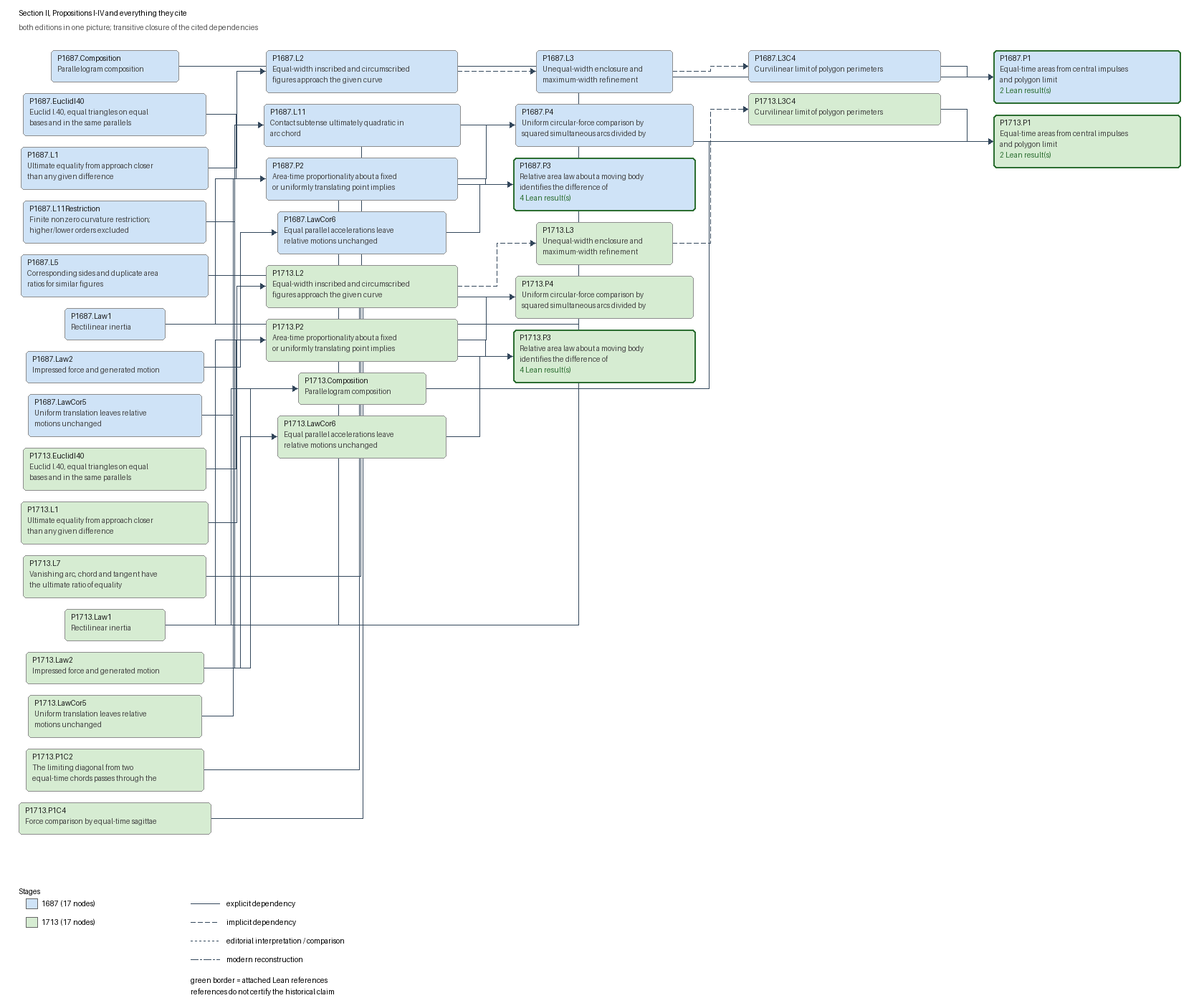
Above: docs/graphs/section-II.png in arivero/newtonlean (Graphviz), before the change. Its source is kept beside it as docs/graphs/section-II.dot.
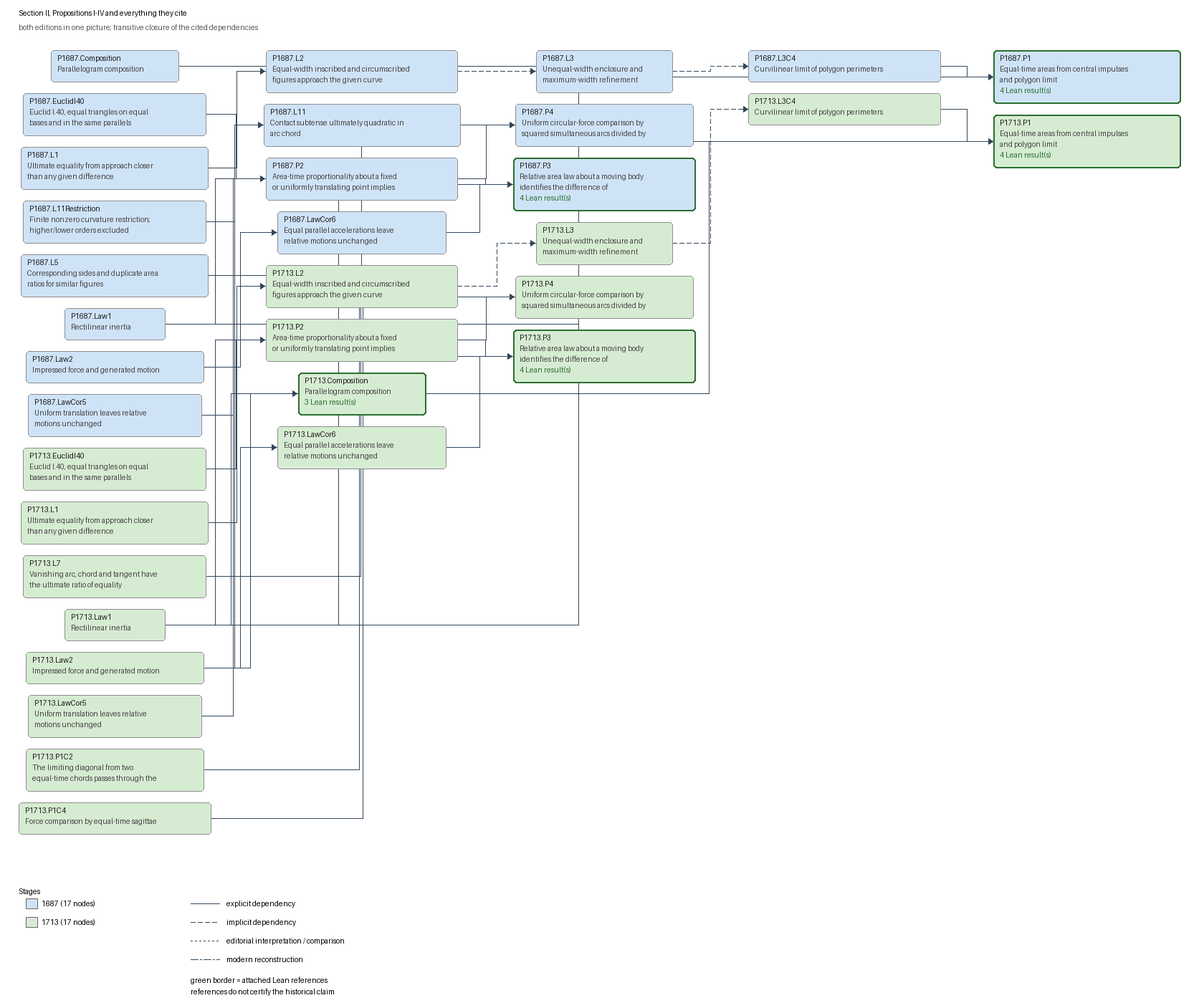
The same file after the commit.

The edit, as a diff of the source:
```diff
@@ -14,11 +14,11 @@
   "P1687.Law2" [label="P1687.Law2\nImpressed force and generated motion", fillcolor="#cfe3f7", color="#8d8d8d", penwidth=1];
   "P1687.LawCor5" [label="P1687.LawCor5\nUniform translation leaves relative\nmotions unchanged", fillcolor="#cfe3f7", color="#8d8d8d", penwidth=1];
   "P1687.LawCor6" [label="P1687.LawCor6\nEqual parallel accelerations leave\nrelative motions unchanged", fillcolor="#cfe3f7", color="#8d8d8d", penwidth=1];
-  "P1687.P1" [label="P1687.P1\nEqual-time areas from central impulses\nand polygon limit\n2 Lean result(s)", fillcolor="#cfe3f7", color="#2c6e31", penwidth=2];
+  "P1687.P1" [label="P1687.P1\nEqual-time areas from central impulses\nand polygon limit\n4 Lean result(s)", fillcolor="#cfe3f7", color="#2c6e31", penwidth=2];
   "P1687.P2" [label="P1687.P2\nArea-time proportionality about a fixed\nor uniformly translating point implies", fillcolor="#cfe3f7", color="#8d8d8d", penwidth=1];
   "P1687.P3" [label="P1687.P3\nRelative area law about a moving body\nidentifies the difference of\n4 Lean result(s)", fillcolor="#cfe3f7", color="#2c6e31", penwidth=2];
   "P1687.P4" [label="P1687.P4\nUniform circular-force comparison by\nsquared simultaneous arcs divided by", fillcolor="#cfe3f7", color="#8d8d8d", penwidth=1];
-  "P1713.Composition" [label="P1713.Composition\nParallelogram composition", fillcolor="#d6ecd2", color="#8d8d8d", penwidth=1];
+  "P1713.Composition" [label="P1713.Composition\nParallelogram composition\n3 Lean result(s)", fillcolor="#d6ecd2", color="#2c6e31", penwidth=2];
   "P1713.EuclidI40" [label="P1713.EuclidI40\nEuclid I.40, equal triangles on equal\nbases and in the same parallels", fillcolor="#d6ecd2", color="#8d8d8d", penwidth=1];
   "P1713.L1" [label="P1713.L1\nUltimate equality from approach closer\nthan any given difference", fillcolor="#d6ecd2", color="#8d8d8d", penwidth=1];
   "P1713.L2" [label="P1713.L2\nEqual-width inscribed and circumscribed\nfigures approach the given curve", fillcolor="#d6ecd2", color="#8d8d8d", penwidth=1];
@@ -29,7 +29,7 @@
   "P1713.Law2" [label="P1713.Law2\nImpressed force and generated motion", fillcolor="#d6ecd2", color="#8d8d8d", penwidth=1];
   "P1713.LawCor5" [label="P1713.LawCor5\nUniform translation leaves relative\nmotions unchanged", fillcolor="#d6ecd2", color="#8d8d8d", penwidth=1];
   "P1713.LawCor6" [label="P1713.LawCor6\nEqual parallel accelerations leave\nrelative motions unchanged", fillcolor="#d6ecd2", color="#8d8d8d", penwidth=1];
-  "P1713.P1" [label="P1713.P1\nEqual-time areas from central impulses\nand polygon limit\n2 Lean result(s)", fillcolor="#d6ecd2", color="#2c6e31", penwidth=2];
+  "P1713.P1" [label="P1713.P1\nEqual-time areas from central impulses\nand polygon limit\n4 Lean result(s)", fillcolor="#d6ecd2", color="#2c6e31", penwidth=2];
   "P1713.P1C2" [label="P1713.P1C2\nThe limiting diagonal from two\nequal-time chords passes through the", fillcolor="#d6ecd2", color="#8d8d8d", penwidth=1];
   "P1713.P1C4" [label="P1713.P1C4\nForce comparison by equal-time sagittae", fillcolor="#d6ecd2", color="#8d8d8d", penwidth=1];
   "P1713.P2" [label="P1713.P2\nArea-time proportionality about a fixed\nor uniformly translating point implies", fillcolor="#d6ecd2", color="#8d8d8d", penwidth=1];
```
